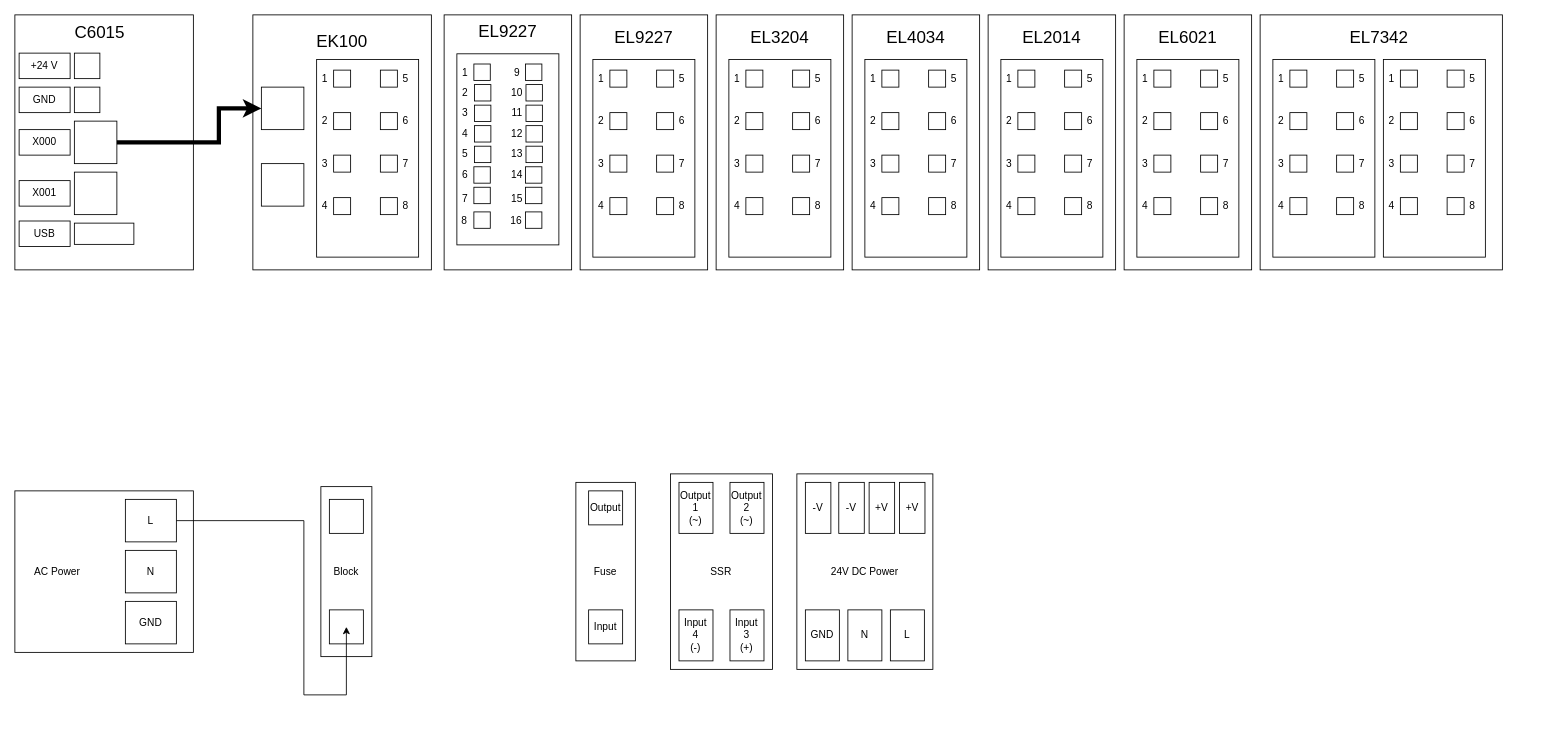
brandonyin1/CoffeeMaker keeps this draw.io diagram as Wiring Diagram.drawio. Above is the earlier version. Source tidied: cells renumbered, new cells numbered last; positions are measured from the earlier drawing's top-left corner, leaving out a move shared by most shapes. Both pictures are drawn from the tidied source at 85%, with x=0, y=0 at pixel (14, 14).
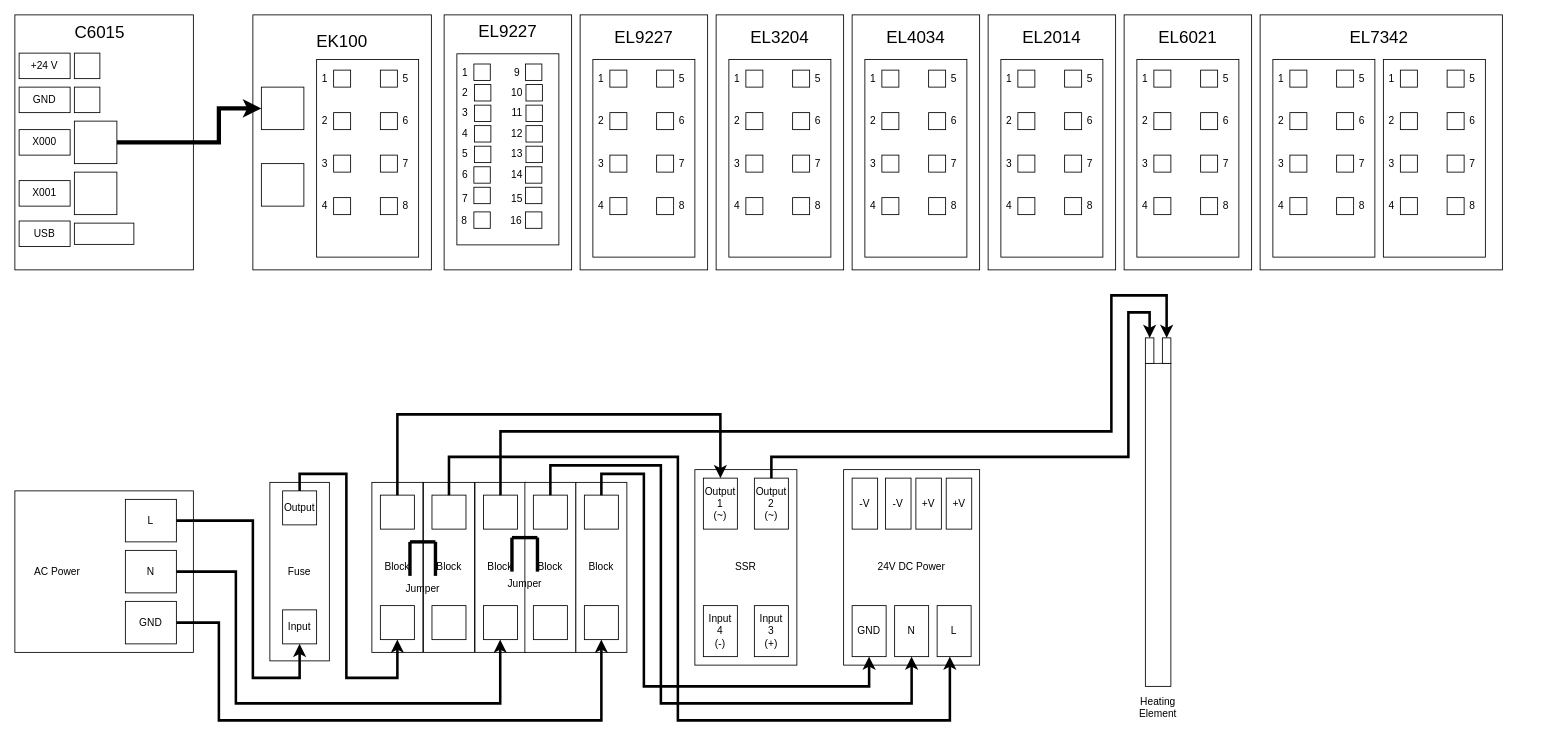
The same page after the edit.

Commit message:
Update Wiring Diagram.drawio power routing

The change refers to these unchanged cells:
```xml
<mxCell id="213" value="L" style="whiteSpace=wrap;html=1;" parent="210" vertex="1">
  <mxGeometry x="130" y="10" width="60" height="50" as="geometry" />
</mxCell>
<mxCell id="214" value="N" style="whiteSpace=wrap;html=1;" parent="210" vertex="1">
  <mxGeometry x="130" y="70" width="60" height="50" as="geometry" />
</mxCell>
<mxCell id="215" value="GND" style="whiteSpace=wrap;html=1;" parent="210" vertex="1">
  <mxGeometry x="130" y="130" width="60" height="50" as="geometry" />
</mxCell>
<mxCell id="218" value="Input" style="whiteSpace=wrap;html=1;" parent="216" vertex="1">
  <mxGeometry x="15" y="150" width="40" height="40" as="geometry" />
</mxCell>
<mxCell id="219" value="Output" style="whiteSpace=wrap;html=1;" parent="216" vertex="1">
  <mxGeometry x="15" y="10" width="40" height="40" as="geometry" />
</mxCell>
<mxCell id="222" value="Output&lt;div&gt;1&lt;/div&gt;&lt;div&gt;(~)&lt;/div&gt;" style="whiteSpace=wrap;html=1;" parent="220" vertex="1">
  <mxGeometry x="10" y="10" width="40" height="60" as="geometry" />
</mxCell>
<mxCell id="223" value="Output&lt;div&gt;2&lt;/div&gt;&lt;div&gt;(~)&lt;/div&gt;" style="whiteSpace=wrap;html=1;" parent="220" vertex="1">
  <mxGeometry x="70" y="10" width="40" height="60" as="geometry" />
</mxCell>
<mxCell id="229" value="GND" style="whiteSpace=wrap;html=1;" parent="226" vertex="1">
  <mxGeometry x="10" y="160" width="40" height="60" as="geometry" />
</mxCell>
<mxCell id="230" value="N" style="whiteSpace=wrap;html=1;" parent="226" vertex="1">
  <mxGeometry x="60" y="160" width="40" height="60" as="geometry" />
</mxCell>
<mxCell id="231" value="L" style="whiteSpace=wrap;html=1;" parent="226" vertex="1">
  <mxGeometry x="110" y="160" width="40" height="60" as="geometry" />
</mxCell>
```

Change to the diagram source:
```diff
@@
     <mxCell id="216" style="group;" parent="1" vertex="1">
-      <mxGeometry x="660" y="550" width="70" height="210" as="geometry" />
+      <mxGeometry x="300" y="550" width="70" height="210" as="geometry" />
     </mxCell>
@@
     <mxCell id="220" style="group;" parent="1" vertex="1">
-      <mxGeometry x="771.3" y="540" width="120" height="230" as="geometry" />
+      <mxGeometry x="800" y="535" width="120" height="230" as="geometry" />
     </mxCell>
@@
     <mxCell id="226" style="group;" parent="1" vertex="1">
-      <mxGeometry x="920" y="540" width="160" height="230" as="geometry" />
+      <mxGeometry x="975" y="535" width="160" height="230" as="geometry" />
     </mxCell>
@@
+    <mxCell id="239" style="group;" parent="1" vertex="1">
+      <mxGeometry x="420" y="550" width="60" height="200" as="geometry" />
+    </mxCell>
-    <mxCell id="235" value="Block" style="whiteSpace=wrap;html=1;" parent="1" vertex="1">
-      <mxGeometry x="360" y="555" width="60" height="200" as="geometry" />
+    <mxCell id="235" value="Block" style="whiteSpace=wrap;html=1;" parent="239" vertex="1">
+      <mxGeometry width="60" height="200" as="geometry" />
     </mxCell>
-    <mxCell id="236" style="whiteSpace=wrap;html=1;" parent="1" vertex="1">
-      <mxGeometry x="370" y="700" width="40" height="40" as="geometry" />
+    <mxCell id="236" style="whiteSpace=wrap;html=1;" parent="239" vertex="1">
+      <mxGeometry x="10" y="145" width="40" height="40" as="geometry" />
     </mxCell>
-    <mxCell id="237" style="whiteSpace=wrap;html=1;" parent="1" vertex="1">
-      <mxGeometry x="370" y="570" width="40" height="40" as="geometry" />
+    <mxCell id="237" style="whiteSpace=wrap;html=1;" parent="239" vertex="1">
+      <mxGeometry x="10" y="15" width="40" height="40" as="geometry" />
     </mxCell>
-    <mxCell id="238" style="edgeStyle=orthogonalEdgeStyle;rounded=0;jettySize=auto;html=1;exitX=1;exitY=0.5;exitDx=0;exitDy=0;entryX=0.5;entryY=0.5;entryDx=0;entryDy=0;entryPerimeter=0;" parent="1" edge="1" source="213" target="236">
-      <mxGeometry relative="1" as="geometry">
-        <Array as="points">
-          <mxPoint x="340" y="595" />
-          <mxPoint x="340" y="800" />
-          <mxPoint x="390" y="800" />
-        </Array>
-      </mxGeometry>
-    </mxCell>
+    <mxCell id="240" style="edgeStyle=orthogonalEdgeStyle;rounded=0;jettySize=auto;html=1;exitX=1;exitY=0.5;exitDx=0;exitDy=0;strokeColor=light-dark(#000000,#CC0000);strokeWidth=3;" parent="1" edge="1" source="213" target="218">
+      <mxGeometry relative="1" as="geometry">
+        <Array as="points">
+          <mxPoint x="280" y="595" />
+          <mxPoint x="280" y="780" />
+          <mxPoint x="335" y="780" />
+        </Array>
+      </mxGeometry>
+    </mxCell>
+    <mxCell id="241" style="edgeStyle=orthogonalEdgeStyle;rounded=0;jettySize=auto;html=1;exitX=0.5;exitY=0;exitDx=0;exitDy=0;strokeColor=light-dark(#000000,#CC0000);strokeWidth=3;" parent="1" edge="1" source="219" target="236">
+      <mxGeometry relative="1" as="geometry">
+        <Array as="points">
+          <mxPoint x="335" y="540" />
+          <mxPoint x="390" y="540" />
+          <mxPoint x="390" y="780" />
+          <mxPoint x="450" y="780" />
+        </Array>
+      </mxGeometry>
+    </mxCell>
+    <mxCell id="242" style="edgeStyle=orthogonalEdgeStyle;rounded=0;jettySize=auto;html=1;strokeColor=light-dark(#000000,#CC0000);strokeWidth=3;" parent="1" edge="1" source="237" target="222">
+      <mxGeometry relative="1" as="geometry">
+        <Array as="points">
+          <mxPoint x="450" y="470" />
+          <mxPoint x="830" y="470" />
+        </Array>
+      </mxGeometry>
+    </mxCell>
+    <mxCell id="243" style="whiteSpace=wrap;html=1;" parent="1" vertex="1">
+      <mxGeometry x="1330" y="410" width="30" height="380" as="geometry" />
+    </mxCell>
+    <mxCell id="244" value="Heating Element" style="text;html=1;whiteSpace=wrap;strokeColor=none;fillColor=none;align=center;verticalAlign=middle;rounded=0;" parent="1" vertex="1">
+      <mxGeometry x="1315" y="800" width="60" height="30" as="geometry" />
+    </mxCell>
+    <mxCell id="245" style="whiteSpace=wrap;html=1;" parent="1" vertex="1">
+      <mxGeometry x="1330" y="380" width="10" height="30" as="geometry" />
+    </mxCell>
+    <mxCell id="246" style="whiteSpace=wrap;html=1;" parent="1" vertex="1">
+      <mxGeometry x="1350" y="380" width="10" height="30" as="geometry" />
+    </mxCell>
+    <mxCell id="247" style="edgeStyle=orthogonalEdgeStyle;rounded=0;jettySize=auto;html=1;exitX=0.5;exitY=0;exitDx=0;exitDy=0;entryX=0.5;entryY=0;entryDx=0;entryDy=0;strokeColor=light-dark(#000000,#CC0000);strokeWidth=3;" parent="1" edge="1" source="223" target="245">
+      <mxGeometry relative="1" as="geometry">
+        <Array as="points">
+          <mxPoint x="890" y="520" />
+          <mxPoint x="1310" y="520" />
+          <mxPoint x="1310" y="350" />
+          <mxPoint x="1335" y="350" />
+        </Array>
+      </mxGeometry>
+    </mxCell>
+    <mxCell id="248" style="group;" parent="1" vertex="1">
+      <mxGeometry x="480.7" y="550" width="60" height="200" as="geometry" />
+    </mxCell>
+    <mxCell id="249" value="Block" style="whiteSpace=wrap;html=1;" parent="248" vertex="1">
+      <mxGeometry width="60" height="200" as="geometry" />
+    </mxCell>
+    <mxCell id="250" style="whiteSpace=wrap;html=1;" parent="248" vertex="1">
+      <mxGeometry x="10" y="145" width="40" height="40" as="geometry" />
+    </mxCell>
+    <mxCell id="251" style="whiteSpace=wrap;html=1;" parent="248" vertex="1">
+      <mxGeometry x="10" y="15" width="40" height="40" as="geometry" />
+    </mxCell>
+    <mxCell id="252" style="group;" parent="1" vertex="1">
+      <mxGeometry x="541.3" y="550" width="60" height="200" as="geometry" />
+    </mxCell>
+    <mxCell id="253" value="Block" style="whiteSpace=wrap;html=1;" parent="252" vertex="1">
+      <mxGeometry width="60" height="200" as="geometry" />
+    </mxCell>
+    <mxCell id="254" style="whiteSpace=wrap;html=1;" parent="252" vertex="1">
+      <mxGeometry x="10" y="145" width="40" height="40" as="geometry" />
+    </mxCell>
+    <mxCell id="255" style="whiteSpace=wrap;html=1;" parent="252" vertex="1">
+      <mxGeometry x="10" y="15" width="40" height="40" as="geometry" />
+    </mxCell>
+    <mxCell id="256" style="group;" parent="1" vertex="1">
+      <mxGeometry x="450" y="620" width="60" height="70" as="geometry" />
+    </mxCell>
+    <mxCell id="257" style="endArrow=none;html=1;rounded=0;strokeColor=light-dark(#000000,#FFFF33);strokeWidth=4;" parent="256" edge="1">
+      <mxGeometry relative="1" as="geometry">
+        <mxPoint x="14.8" y="40" as="sourcePoint" />
+        <mxPoint x="14.8" as="targetPoint" />
+      </mxGeometry>
+    </mxCell>
+    <mxCell id="258" style="endArrow=none;html=1;rounded=0;strokeColor=light-dark(#000000,#FFFF33);strokeWidth=4;" parent="256" edge="1">
+      <mxGeometry relative="1" as="geometry">
+        <mxPoint x="44.8" y="40" as="sourcePoint" />
+        <mxPoint x="44.8" as="targetPoint" />
+      </mxGeometry>
+    </mxCell>
+    <mxCell id="259" style="endArrow=none;html=1;rounded=0;strokeColor=light-dark(#000000,#FFFF33);strokeWidth=4;" parent="256" edge="1">
+      <mxGeometry relative="1" as="geometry">
+        <mxPoint x="14.8" as="sourcePoint" />
+        <mxPoint x="44.8" as="targetPoint" />
+      </mxGeometry>
+    </mxCell>
+    <mxCell id="260" value="Jumper" style="text;html=1;whiteSpace=wrap;strokeColor=none;fillColor=none;align=center;verticalAlign=middle;rounded=0;" parent="256" vertex="1">
+      <mxGeometry y="40" width="60" height="30" as="geometry" />
+    </mxCell>
+    <mxCell id="261" style="edgeStyle=orthogonalEdgeStyle;rounded=0;jettySize=auto;html=1;exitX=1;exitY=0.5;exitDx=0;exitDy=0;strokeWidth=3;" parent="1" edge="1" source="214" target="254">
+      <mxGeometry relative="1" as="geometry">
+        <Array as="points">
+          <mxPoint x="260" y="655" />
+          <mxPoint x="260" y="810" />
+          <mxPoint x="571" y="810" />
+        </Array>
+      </mxGeometry>
+    </mxCell>
+    <mxCell id="262" style="edgeStyle=orthogonalEdgeStyle;rounded=0;jettySize=auto;html=1;exitX=0.5;exitY=0;exitDx=0;exitDy=0;entryX=0.5;entryY=0;entryDx=0;entryDy=0;strokeWidth=3;" parent="1" edge="1" source="255" target="246">
+      <mxGeometry relative="1" as="geometry">
+        <Array as="points">
+          <mxPoint x="571" y="490" />
+          <mxPoint x="1290" y="490" />
+          <mxPoint x="1290" y="330" />
+          <mxPoint x="1355" y="330" />
+        </Array>
+      </mxGeometry>
+    </mxCell>
+    <mxCell id="263" style="group;" parent="1" vertex="1">
+      <mxGeometry x="600" y="550" width="60" height="200" as="geometry" />
+    </mxCell>
+    <mxCell id="264" value="Block" style="whiteSpace=wrap;html=1;" parent="263" vertex="1">
+      <mxGeometry width="60" height="200" as="geometry" />
+    </mxCell>
+    <mxCell id="265" style="whiteSpace=wrap;html=1;" parent="263" vertex="1">
+      <mxGeometry x="10" y="145" width="40" height="40" as="geometry" />
+    </mxCell>
+    <mxCell id="266" style="whiteSpace=wrap;html=1;" parent="263" vertex="1">
+      <mxGeometry x="10" y="15" width="40" height="40" as="geometry" />
+    </mxCell>
+    <mxCell id="267" style="group;" parent="263" vertex="1">
+      <mxGeometry x="-30" y="65" width="60" height="70" as="geometry" />
+    </mxCell>
+    <mxCell id="268" style="endArrow=none;html=1;rounded=0;strokeColor=light-dark(#000000,#FFFF33);strokeWidth=4;" parent="267" edge="1">
+      <mxGeometry relative="1" as="geometry">
+        <mxPoint x="14.8" y="40" as="sourcePoint" />
+        <mxPoint x="14.8" as="targetPoint" />
+      </mxGeometry>
+    </mxCell>
+    <mxCell id="269" style="endArrow=none;html=1;rounded=0;strokeColor=light-dark(#000000,#FFFF33);strokeWidth=4;" parent="267" edge="1">
+      <mxGeometry relative="1" as="geometry">
+        <mxPoint x="44.8" y="40" as="sourcePoint" />
+        <mxPoint x="44.8" as="targetPoint" />
+      </mxGeometry>
+    </mxCell>
+    <mxCell id="270" style="endArrow=none;html=1;rounded=0;strokeColor=light-dark(#000000,#FFFF33);strokeWidth=4;" parent="267" edge="1">
+      <mxGeometry relative="1" as="geometry">
+        <mxPoint x="14.8" as="sourcePoint" />
+        <mxPoint x="44.8" as="targetPoint" />
+      </mxGeometry>
+    </mxCell>
+    <mxCell id="271" value="Jumper" style="text;html=1;whiteSpace=wrap;strokeColor=none;fillColor=none;align=center;verticalAlign=middle;rounded=0;" parent="267" vertex="1">
+      <mxGeometry y="40" width="60" height="30" as="geometry" />
+    </mxCell>
+    <mxCell id="272" style="edgeStyle=orthogonalEdgeStyle;rounded=0;jettySize=auto;html=1;strokeWidth=3;" parent="1" edge="1" source="266" target="230">
+      <mxGeometry relative="1" as="geometry">
+        <Array as="points">
+          <mxPoint x="630" y="530" />
+          <mxPoint x="760" y="530" />
+          <mxPoint x="760" y="810" />
+          <mxPoint x="1055" y="810" />
+        </Array>
+      </mxGeometry>
+    </mxCell>
+    <mxCell id="273" style="edgeStyle=orthogonalEdgeStyle;rounded=0;jettySize=auto;html=1;strokeColor=light-dark(#000000,#CC0000);strokeWidth=3;" parent="1" edge="1" source="251" target="231">
+      <mxGeometry relative="1" as="geometry">
+        <Array as="points">
+          <mxPoint x="511" y="520" />
+          <mxPoint x="780" y="520" />
+          <mxPoint x="780" y="830" />
+          <mxPoint x="1100" y="830" />
+        </Array>
+      </mxGeometry>
+    </mxCell>
+    <mxCell id="274" style="group;" parent="1" vertex="1">
+      <mxGeometry x="660" y="550" width="60" height="200" as="geometry" />
+    </mxCell>
+    <mxCell id="275" value="Block" style="whiteSpace=wrap;html=1;" parent="274" vertex="1">
+      <mxGeometry width="60" height="200" as="geometry" />
+    </mxCell>
+    <mxCell id="276" style="whiteSpace=wrap;html=1;" parent="274" vertex="1">
+      <mxGeometry x="10" y="145" width="40" height="40" as="geometry" />
+    </mxCell>
+    <mxCell id="277" style="whiteSpace=wrap;html=1;" parent="274" vertex="1">
+      <mxGeometry x="10" y="15" width="40" height="40" as="geometry" />
+    </mxCell>
+    <mxCell id="278" style="edgeStyle=orthogonalEdgeStyle;rounded=0;jettySize=auto;html=1;exitX=1;exitY=0.5;exitDx=0;exitDy=0;entryX=0.5;entryY=1;entryDx=0;entryDy=0;strokeColor=light-dark(#000000,#666666);strokeWidth=3;" parent="1" edge="1" source="215" target="276">
+      <mxGeometry relative="1" as="geometry">
+        <Array as="points">
+          <mxPoint x="240" y="715" />
+          <mxPoint x="240" y="830" />
+          <mxPoint x="690" y="830" />
+        </Array>
+      </mxGeometry>
+    </mxCell>
+    <mxCell id="279" style="edgeStyle=orthogonalEdgeStyle;rounded=0;jettySize=auto;html=1;strokeColor=light-dark(#000000,#666666);strokeWidth=3;" parent="1" edge="1" source="277" target="229">
+      <mxGeometry relative="1" as="geometry">
+        <Array as="points">
+          <mxPoint x="690" y="540" />
+          <mxPoint x="740" y="540" />
+          <mxPoint x="740" y="790" />
+          <mxPoint x="1005" y="790" />
+        </Array>
+      </mxGeometry>
+    </mxCell>
```
